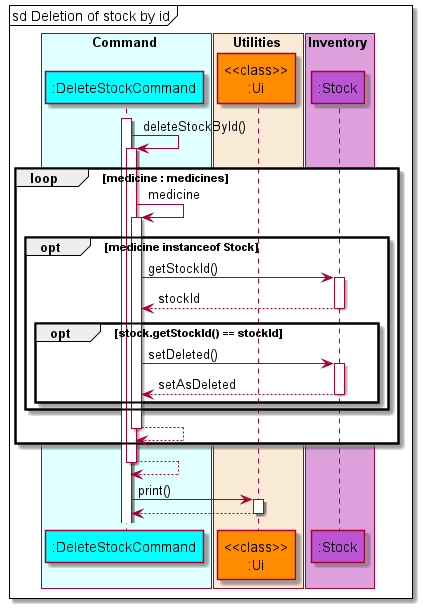
Earlier version of the PlantUML export docs/diagrams/diagram_images/DeletionOfStockByIdSequenceDiagram.png (nus-cs2113-AY2122S1/tp).
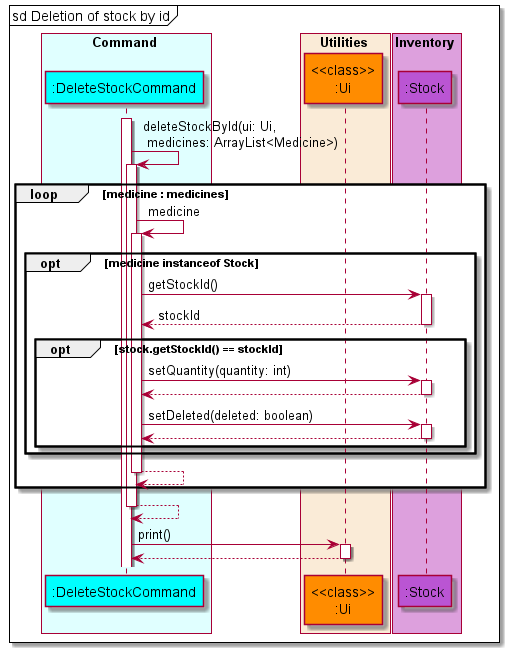
The same file after the commit.

What changed in the source:
```diff
@@ -17,15 +17,17 @@
 autoactivate on
 mainFrame sd Deletion of stock by id
 activate deleteStock
-deleteStock -> deleteStock: deleteStockById()
+deleteStock -> deleteStock: deleteStockById(ui: Ui,\n medicines: ArrayList<Medicine>)
 loop medicine : medicines
     deleteStock -> deleteStock : medicine
     opt medicine instanceof Stock
         deleteStock -> stock : getStockId()
         deleteStock <-- stock : stockId
         opt stock.getStockId() == stockId
-            deleteStock -> stock : setDeleted()
-            deleteStock <-- stock : setAsDeleted
+            deleteStock -> stock : setQuantity(quantity: int)
+            deleteStock <-- stock
+            deleteStock -> stock : setDeleted(deleted: boolean)
+            deleteStock <-- stock
         end
     end
     deleteStock --> deleteStock
```
